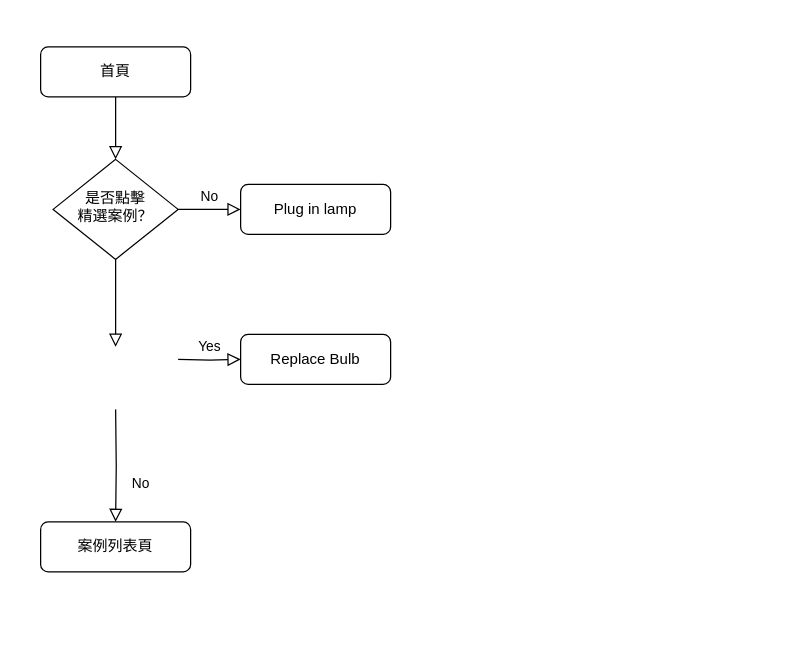
The draw.io diagram user-flow.drawio in EricTsai83/drawio, before the edit. Source tidied: cells renumbered, new cells numbered last; positions are measured from the earlier drawing's top-left corner, leaving out a move shared by most shapes. Both pictures are drawn from the tidied source at 125%, with x=0, y=0 at pixel (40, 46).
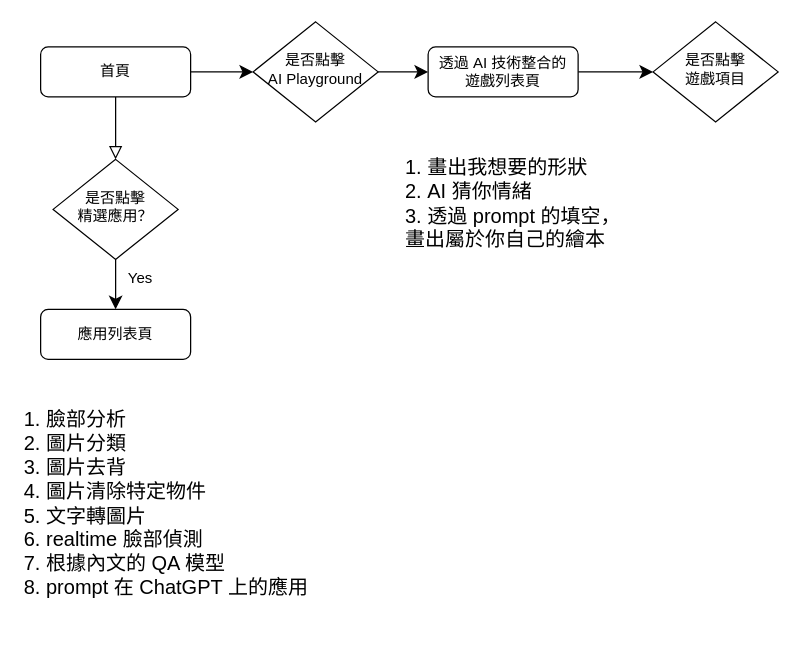
The same page after the edit.

Change to the diagram source:
```diff
@@
 <mxGraphModel>
   <root>
     <mxCell id="0" />
     <mxCell id="1" parent="0" />
     <mxCell id="2" style="rounded=0;html=1;jettySize=auto;fontSize=11;endArrow=block;endFill=0;endSize=8;strokeWidth=1;shadow=0;labelBackgroundColor=none;edgeStyle=orthogonalEdgeStyle;" parent="1" edge="1" source="3" target="6">
       <mxGeometry relative="1" as="geometry" />
     </mxCell>
+    <mxCell id="12" style="edgeStyle=none;curved=1;rounded=0;jettySize=auto;html=1;fontSize=12;startSize=8;endSize=8;" parent="1" edge="1" source="3" target="15">
+      <mxGeometry relative="1" as="geometry" />
+    </mxCell>
     <mxCell id="3" value="首頁" style="rounded=1;whiteSpace=wrap;html=1;fontSize=12;glass=0;strokeWidth=1;shadow=0;" parent="1" vertex="1">
       <mxGeometry width="120" height="40" as="geometry" />
     </mxCell>
-    <mxCell id="4" style="rounded=0;html=1;jettySize=auto;fontSize=11;endArrow=block;endFill=0;endSize=8;strokeWidth=1;shadow=0;labelBackgroundColor=none;edgeStyle=orthogonalEdgeStyle;" parent="1" edge="1" source="6">
-      <mxGeometry x="-0.57" relative="1" as="geometry">
-        <mxPoint x="60" y="240" as="targetPoint" />
-      </mxGeometry>
-    </mxCell>
-    <mxCell id="5" value="No" style="edgeStyle=orthogonalEdgeStyle;rounded=0;html=1;jettySize=auto;fontSize=11;endArrow=block;endFill=0;endSize=8;strokeWidth=1;shadow=0;labelBackgroundColor=none;" parent="1" edge="1" source="6" target="7">
-      <mxGeometry y="10" relative="1" as="geometry" />
-    </mxCell>
+    <mxCell id="13" style="edgeStyle=none;curved=1;rounded=0;jettySize=auto;html=1;fontSize=12;startSize=8;endSize=8;" parent="1" edge="1" source="6" target="10">
+      <mxGeometry relative="1" as="geometry" />
+    </mxCell>
-    <mxCell id="6" value="是否點擊&lt;br&gt;精選案例？" style="rhombus;whiteSpace=wrap;html=1;shadow=0;fontFamily=Helvetica;fontSize=12;align=center;strokeWidth=1;spacing=6;spacingTop=-4;" parent="1" vertex="1">
+    <mxCell id="6" value="是否點擊&lt;br&gt;精選應用？" style="rhombus;whiteSpace=wrap;html=1;shadow=0;fontFamily=Helvetica;fontSize=12;align=center;strokeWidth=1;spacing=6;spacingTop=-4;" parent="1" vertex="1">
       <mxGeometry x="10" y="90" width="100" height="80" as="geometry" />
     </mxCell>
-    <mxCell id="7" value="Plug in lamp" style="rounded=1;whiteSpace=wrap;html=1;fontSize=12;glass=0;strokeWidth=1;shadow=0;" parent="1" vertex="1">
-      <mxGeometry x="160" y="110" width="120" height="40" as="geometry" />
-    </mxCell>
-    <mxCell id="8" value="No" style="rounded=0;html=1;jettySize=auto;fontSize=11;endArrow=block;endFill=0;endSize=8;strokeWidth=1;shadow=0;labelBackgroundColor=none;edgeStyle=orthogonalEdgeStyle;" parent="1" edge="1" target="10">
-      <mxGeometry x="0.33" y="20" relative="1" as="geometry">
-        <mxPoint x="60" y="290" as="sourcePoint" />
-      </mxGeometry>
-    </mxCell>
+    <mxCell id="10" value="應用列表頁" style="rounded=1;whiteSpace=wrap;html=1;fontSize=12;glass=0;strokeWidth=1;shadow=0;" parent="1" vertex="1">
+      <mxGeometry y="210" width="120" height="40" as="geometry" />
+    </mxCell>
-    <mxCell id="9" value="Yes" style="edgeStyle=orthogonalEdgeStyle;rounded=0;html=1;jettySize=auto;fontSize=11;endArrow=block;endFill=0;endSize=8;strokeWidth=1;shadow=0;labelBackgroundColor=none;" parent="1" edge="1" target="11">
-      <mxGeometry y="10" relative="1" as="geometry">
-        <mxPoint x="110" y="250" as="sourcePoint" />
-      </mxGeometry>
+    <mxCell id="9" value="Yes" style="text;html=1;strokeColor=none;fillColor=none;align=center;verticalAlign=middle;whiteSpace=wrap;rounded=0;" parent="1" vertex="1">
+      <mxGeometry x="50" y="170" width="60" height="30" as="geometry" />
     </mxCell>
-    <mxCell id="10" value="案例列表頁" style="rounded=1;whiteSpace=wrap;html=1;fontSize=12;glass=0;strokeWidth=1;shadow=0;" parent="1" vertex="1">
-      <mxGeometry y="380" width="120" height="40" as="geometry" />
-    </mxCell>
-    <mxCell id="11" value="Replace Bulb" style="rounded=1;whiteSpace=wrap;html=1;fontSize=12;glass=0;strokeWidth=1;shadow=0;" parent="1" vertex="1">
-      <mxGeometry x="160" y="230" width="120" height="40" as="geometry" />
-    </mxCell>
+    <mxCell id="14" style="edgeStyle=none;curved=1;rounded=0;jettySize=auto;html=1;fontSize=12;startSize=8;endSize=8;" parent="1" edge="1" source="15" target="17">
+      <mxGeometry relative="1" as="geometry" />
+    </mxCell>
+    <mxCell id="15" value="是否點擊&lt;br&gt;AI Playground" style="rhombus;whiteSpace=wrap;html=1;shadow=0;fontFamily=Helvetica;fontSize=12;align=center;strokeWidth=1;spacing=6;spacingTop=-4;" parent="1" vertex="1">
+      <mxGeometry x="170" y="-20" width="100" height="80" as="geometry" />
+    </mxCell>
+    <mxCell id="16" style="edgeStyle=none;curved=1;rounded=0;jettySize=auto;html=1;fontSize=12;startSize=8;endSize=8;" parent="1" edge="1" source="17" target="18">
+      <mxGeometry relative="1" as="geometry" />
+    </mxCell>
+    <mxCell id="17" value="透過 AI 技術整合的&lt;br&gt;遊戲列表頁" style="rounded=1;whiteSpace=wrap;html=1;fontSize=12;glass=0;strokeWidth=1;shadow=0;" parent="1" vertex="1">
+      <mxGeometry x="310" width="120" height="40" as="geometry" />
+    </mxCell>
+    <mxCell id="18" value="是否點擊&lt;br&gt;遊戲項目" style="rhombus;whiteSpace=wrap;html=1;shadow=0;fontFamily=Helvetica;fontSize=12;align=center;strokeWidth=1;spacing=6;spacingTop=-4;" parent="1" vertex="1">
+      <mxGeometry x="490" y="-20" width="100" height="80" as="geometry" />
+    </mxCell>
+    <mxCell id="19" value="1. 臉部分析&lt;br&gt;2. 圖片分類&lt;br&gt;3. 圖片去背&lt;br&gt;4. 圖片清除特定物件&lt;br&gt;5. 文字轉圖片&lt;br&gt;6. realtime 臉部偵測&lt;br&gt;7. 根據內文的 QA 模型&lt;br&gt;8. prompt 在 ChatGPT 上的應用" style="text;strokeColor=none;fillColor=none;html=1;align=left;verticalAlign=middle;whiteSpace=wrap;rounded=0;fontSize=16;" parent="1" vertex="1">
+      <mxGeometry x="-15" y="260" width="235" height="210" as="geometry" />
+    </mxCell>
+    <mxCell id="20" value="1. 畫出我想要的形狀&lt;br&gt;2. AI 猜你情緒&lt;br&gt;3. 透過 prompt 的填空，畫出屬於你自己的繪本" style="text;strokeColor=none;fillColor=none;html=1;align=left;verticalAlign=middle;whiteSpace=wrap;rounded=0;fontSize=16;" parent="1" vertex="1">
+      <mxGeometry x="290" y="50" width="190" height="150" as="geometry" />
+    </mxCell>
   </root>
 </mxGraphModel>
```
